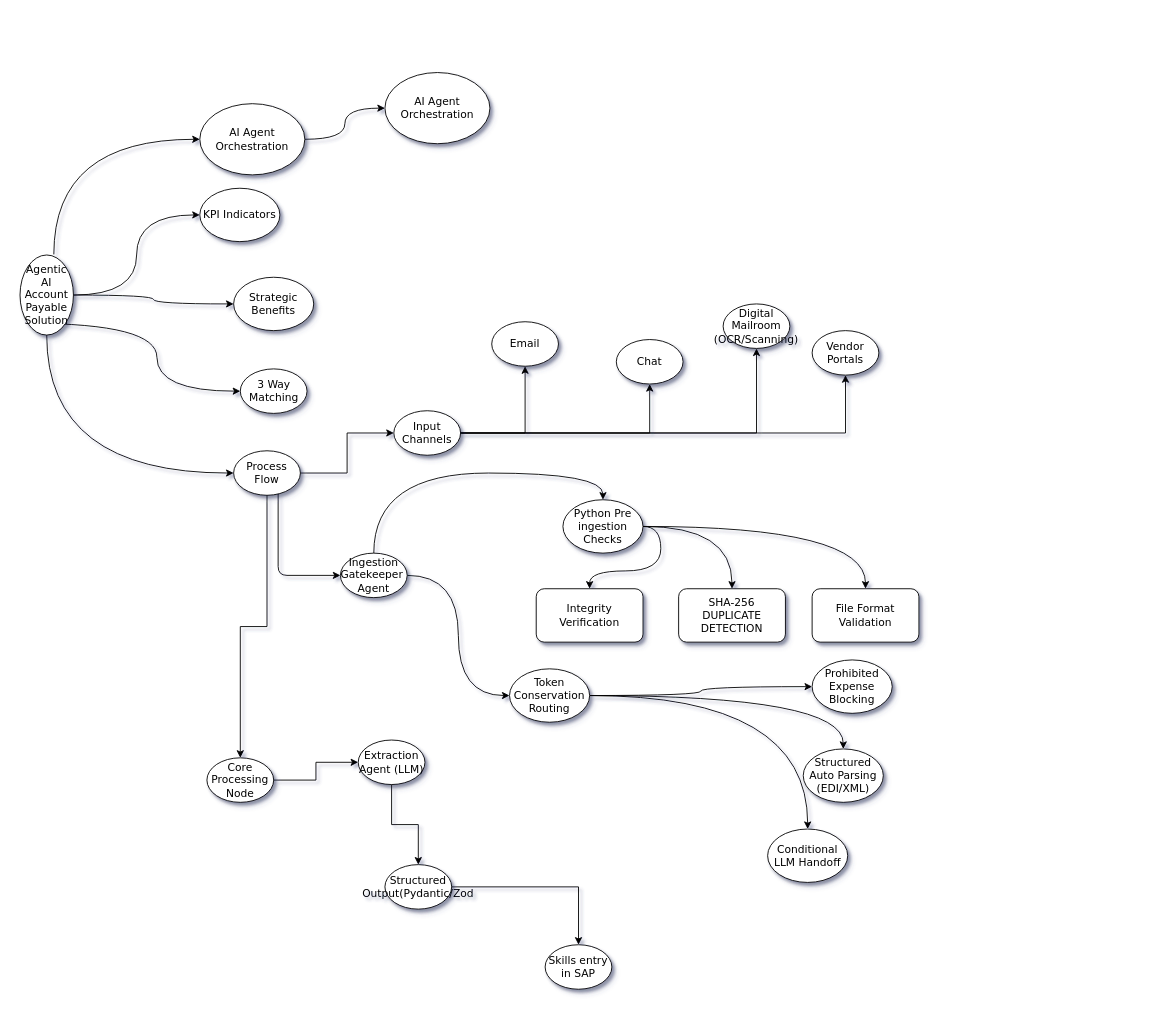
Earlier version of the draw.io diagram Untitled Diagram.drawio (dev-samar/agentic-ap-workforce). Source tidied: cells renumbered, new cells numbered last; positions are measured from the earlier drawing's top-left corner, leaving out a move shared by most shapes. Both pictures are drawn from the tidied source at 89%, with x=0, y=0 at pixel (20, 72).
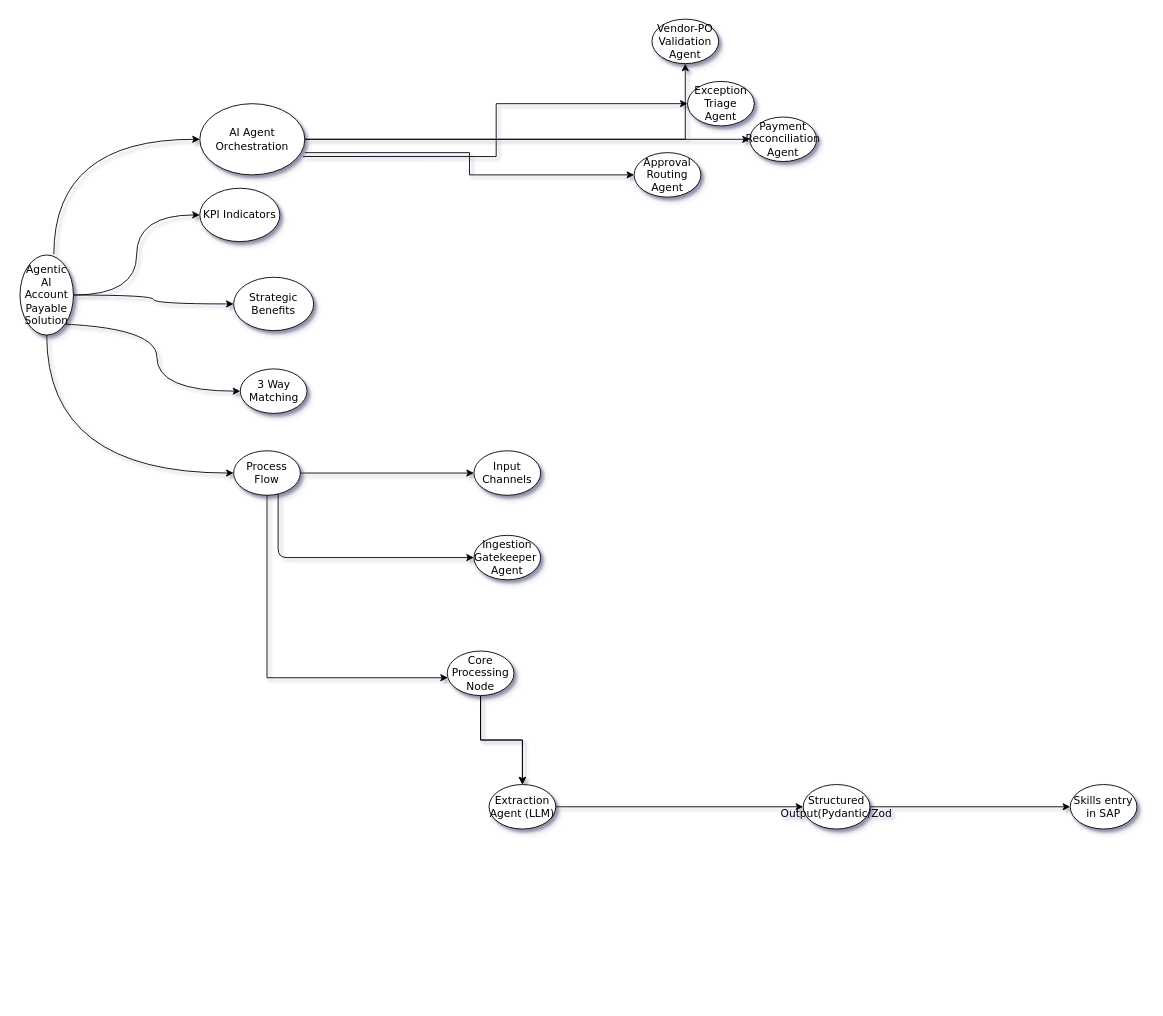
The same page after the edit.

Unchanged cells that the change refers to:
```xml
<mxCell id="10" value="&lt;span&gt;AI Agent Orchestration&lt;/span&gt;" style="ellipse;whiteSpace=wrap;html=1;rounded=1;shadow=1;comic=0;labelBackgroundColor=none;strokeWidth=1;fontFamily=Verdana;fontSize=12;align=center;" parent="1" vertex="1">
  <mxGeometry x="202" y="35" width="118" height="80" as="geometry" />
</mxCell>
<mxCell id="14" value="Process Flow" style="ellipse;whiteSpace=wrap;html=1;rounded=1;shadow=1;comic=0;labelBackgroundColor=none;strokeWidth=1;fontFamily=Verdana;fontSize=12;align=center;" parent="1" vertex="1">
  <mxGeometry x="240" y="425" width="75" height="50" as="geometry" />
</mxCell>
```

Diff of the diagram source:
```diff
@@
-    <mxCell id="9" style="edgeStyle=orthogonalEdgeStyle;rounded=1;jettySize=auto;html=1;curved=1;" parent="1" edge="1" source="10" target="17">
-      <mxGeometry relative="1" as="geometry" />
-    </mxCell>
@@
-    <mxCell id="11" style="edgeStyle=orthogonalEdgeStyle;rounded=1;jettySize=auto;html=1;" parent="1" edge="1" source="14" target="20">
+    <mxCell id="11" style="edgeStyle=orthogonalEdgeStyle;rounded=1;jettySize=auto;html=1;entryX=0;entryY=0.5;entryDx=0;entryDy=0;" parent="1" edge="1" source="14" target="20">
       <mxGeometry relative="1" as="geometry">
         <Array as="points">
-          <mxPoint x="290" y="565" />
+          <mxPoint x="290" y="545" />
         </Array>
       </mxGeometry>
     </mxCell>
@@
     <mxCell id="13" style="edgeStyle=orthogonalEdgeStyle;rounded=0;jettySize=auto;html=1;" parent="1" edge="1" source="14" target="45">
-      <mxGeometry relative="1" as="geometry" />
+      <mxGeometry relative="1" as="geometry">
+        <Array as="points">
+          <mxPoint x="277.5" y="680" />
+        </Array>
+      </mxGeometry>
     </mxCell>
@@
-    <mxCell id="17" value="&lt;span&gt;AI Agent Orchestration&lt;/span&gt;" style="ellipse;whiteSpace=wrap;html=1;rounded=1;shadow=1;comic=0;labelBackgroundColor=none;strokeWidth=1;fontFamily=Verdana;fontSize=12;align=center;" parent="1" vertex="1">
-      <mxGeometry x="410" width="118" height="80" as="geometry" />
-    </mxCell>
-    <mxCell id="18" style="edgeStyle=orthogonalEdgeStyle;rounded=1;jettySize=auto;html=1;curved=1;" parent="1" edge="1" source="20" target="24">
-      <mxGeometry relative="1" as="geometry">
-        <Array as="points">
-          <mxPoint x="397.5" y="450" />
-        </Array>
-      </mxGeometry>
-    </mxCell>
-    <mxCell id="19" style="edgeStyle=orthogonalEdgeStyle;rounded=0;jettySize=auto;html=1;exitX=1;exitY=0.5;exitDx=0;exitDy=0;entryX=0;entryY=0.5;entryDx=0;entryDy=0;curved=1;" parent="1" edge="1" source="20" target="31">
-      <mxGeometry relative="1" as="geometry" />
-    </mxCell>
+    <mxCell id="44" style="edgeStyle=orthogonalEdgeStyle;rounded=0;jettySize=auto;html=1;" parent="1" edge="1" source="45" target="47">
+      <mxGeometry relative="1" as="geometry" />
+    </mxCell>
+    <mxCell id="46" style="edgeStyle=orthogonalEdgeStyle;rounded=0;jettySize=auto;html=1;" parent="1" edge="1" source="47" target="49">
+      <mxGeometry relative="1" as="geometry" />
+    </mxCell>
+    <mxCell id="48" style="edgeStyle=orthogonalEdgeStyle;rounded=0;jettySize=auto;html=1;" parent="1" edge="1" source="49" target="50">
+      <mxGeometry relative="1" as="geometry" />
+    </mxCell>
+    <mxCell id="51" parent="0" />
+    <mxCell id="52" style="edgeStyle=orthogonalEdgeStyle;rounded=0;jettySize=auto;html=1;exitX=1;exitY=0.5;exitDx=0;exitDy=0;" parent="51" edge="1" source="10" target="59">
+      <mxGeometry relative="1" as="geometry" />
+    </mxCell>
+    <mxCell id="53" style="edgeStyle=orthogonalEdgeStyle;rounded=0;jettySize=auto;html=1;" parent="51" edge="1" source="45" target="47">
+      <mxGeometry relative="1" as="geometry" />
+    </mxCell>
+    <mxCell id="54" style="edgeStyle=orthogonalEdgeStyle;rounded=0;jettySize=auto;html=1;exitX=0.983;exitY=0.742;exitDx=0;exitDy=0;exitPerimeter=0;" parent="51" edge="1" source="10" target="60">
+      <mxGeometry relative="1" as="geometry" />
+    </mxCell>
+    <mxCell id="55" style="edgeStyle=orthogonalEdgeStyle;rounded=0;jettySize=auto;html=1;exitX=1;exitY=0.688;exitDx=0;exitDy=0;exitPerimeter=0;" parent="51" edge="1" source="10" target="61">
+      <mxGeometry relative="1" as="geometry" />
+    </mxCell>
+    <mxCell id="56" style="edgeStyle=orthogonalEdgeStyle;rounded=0;jettySize=auto;html=1;exitX=1;exitY=0.5;exitDx=0;exitDy=0;" parent="51" edge="1" source="10" target="62">
+      <mxGeometry relative="1" as="geometry" />
+    </mxCell>
+    <mxCell id="45" value="Core Processing Node" style="ellipse;whiteSpace=wrap;html=1;rounded=1;shadow=1;comic=0;labelBackgroundColor=none;strokeWidth=1;fontFamily=Verdana;fontSize=12;align=center;" parent="51" vertex="1">
+      <mxGeometry x="480" y="650" width="75" height="50" as="geometry" />
+    </mxCell>
-    <mxCell id="20" value="Ingestion Gatekeeper&amp;nbsp; Agent" style="ellipse;whiteSpace=wrap;html=1;rounded=1;shadow=1;comic=0;labelBackgroundColor=none;strokeWidth=1;fontFamily=Verdana;fontSize=12;align=center;" parent="1" vertex="1">
-      <mxGeometry x="360" y="540" width="75" height="50" as="geometry" />
+    <mxCell id="20" value="Ingestion Gatekeeper&amp;nbsp; Agent" style="ellipse;whiteSpace=wrap;html=1;rounded=1;shadow=1;comic=0;labelBackgroundColor=none;strokeWidth=1;fontFamily=Verdana;fontSize=12;align=center;" parent="51" vertex="1">
+      <mxGeometry x="510" y="520" width="75" height="50" as="geometry" />
     </mxCell>
-    <mxCell id="21" style="edgeStyle=orthogonalEdgeStyle;rounded=1;jettySize=auto;html=1;curved=1;" parent="1" edge="1" source="24" target="25">
-      <mxGeometry relative="1" as="geometry" />
-    </mxCell>
-    <mxCell id="22" style="edgeStyle=orthogonalEdgeStyle;rounded=1;jettySize=auto;html=1;exitX=1;exitY=0.5;exitDx=0;exitDy=0;curved=1;" parent="1" edge="1" source="24" target="26">
-      <mxGeometry relative="1" as="geometry" />
-    </mxCell>
-    <mxCell id="23" style="edgeStyle=orthogonalEdgeStyle;rounded=0;jettySize=auto;html=1;exitX=1;exitY=0.5;exitDx=0;exitDy=0;curved=1;" parent="1" edge="1" source="24" target="27">
-      <mxGeometry relative="1" as="geometry" />
-    </mxCell>
-    <mxCell id="24" value="Python Pre ingestion Checks" style="ellipse;whiteSpace=wrap;html=1;rounded=1;shadow=1;comic=0;labelBackgroundColor=none;strokeWidth=1;fontFamily=Verdana;fontSize=12;align=center;" parent="1" vertex="1">
-      <mxGeometry x="610" y="480" width="90" height="60" as="geometry" />
-    </mxCell>
-    <mxCell id="25" value="File Format Validation" style="whiteSpace=wrap;html=1;fontFamily=Verdana;rounded=1;shadow=1;comic=0;labelBackgroundColor=none;strokeWidth=1;" parent="1" vertex="1">
-      <mxGeometry x="890" y="580" width="120" height="60" as="geometry" />
-    </mxCell>
-    <mxCell id="26" value="Integrity Verification" style="whiteSpace=wrap;html=1;fontFamily=Verdana;rounded=1;shadow=1;comic=0;labelBackgroundColor=none;strokeWidth=1;" parent="1" vertex="1">
-      <mxGeometry x="580" y="580" width="120" height="60" as="geometry" />
-    </mxCell>
-    <mxCell id="27" value="SHA-256 DUPLICATE DETECTION" style="whiteSpace=wrap;html=1;fontFamily=Verdana;rounded=1;shadow=1;comic=0;labelBackgroundColor=none;strokeWidth=1;" parent="1" vertex="1">
-      <mxGeometry x="740" y="580" width="120" height="60" as="geometry" />
-    </mxCell>
-    <mxCell id="28" style="edgeStyle=orthogonalEdgeStyle;rounded=0;jettySize=auto;html=1;exitX=1;exitY=0.5;exitDx=0;exitDy=0;curved=1;" parent="1" edge="1" source="31" target="33">
-      <mxGeometry relative="1" as="geometry" />
-    </mxCell>
-    <mxCell id="29" style="edgeStyle=orthogonalEdgeStyle;rounded=0;jettySize=auto;html=1;curved=1;" parent="1" edge="1" source="31" target="32">
-      <mxGeometry relative="1" as="geometry" />
-    </mxCell>
-    <mxCell id="30" style="edgeStyle=orthogonalEdgeStyle;rounded=0;jettySize=auto;html=1;curved=1;" parent="1" edge="1" source="31" target="34">
-      <mxGeometry relative="1" as="geometry" />
-    </mxCell>
-    <mxCell id="31" value="Token Conservation Routing" style="ellipse;whiteSpace=wrap;html=1;rounded=1;shadow=1;comic=0;labelBackgroundColor=none;strokeWidth=1;fontFamily=Verdana;fontSize=12;align=center;" parent="1" vertex="1">
-      <mxGeometry x="550" y="670" width="90" height="60" as="geometry" />
-    </mxCell>
-    <mxCell id="32" value="Structured Auto Parsing (EDI/XML)" style="ellipse;whiteSpace=wrap;html=1;rounded=1;shadow=1;comic=0;labelBackgroundColor=none;strokeWidth=1;fontFamily=Verdana;fontSize=12;align=center;" parent="1" vertex="1">
-      <mxGeometry x="880" y="760" width="90" height="60" as="geometry" />
-    </mxCell>
-    <mxCell id="33" value="Prohibited Expense Blocking" style="ellipse;whiteSpace=wrap;html=1;rounded=1;shadow=1;comic=0;labelBackgroundColor=none;strokeWidth=1;fontFamily=Verdana;fontSize=12;align=center;" parent="1" vertex="1">
-      <mxGeometry x="890" y="660" width="90" height="60" as="geometry" />
-    </mxCell>
-    <mxCell id="34" value="Conditional LLM Handoff" style="ellipse;whiteSpace=wrap;html=1;rounded=1;shadow=1;comic=0;labelBackgroundColor=none;strokeWidth=1;fontFamily=Verdana;fontSize=12;align=center;" parent="1" vertex="1">
-      <mxGeometry x="840" y="850" width="90" height="60" as="geometry" />
-    </mxCell>
-    <mxCell id="35" style="edgeStyle=orthogonalEdgeStyle;rounded=0;jettySize=auto;html=1;" parent="1" edge="1" source="39" target="40">
-      <mxGeometry relative="1" as="geometry" />
-    </mxCell>
-    <mxCell id="36" style="edgeStyle=orthogonalEdgeStyle;rounded=0;jettySize=auto;html=1;" parent="1" edge="1" source="39" target="41">
-      <mxGeometry relative="1" as="geometry" />
-    </mxCell>
-    <mxCell id="37" style="edgeStyle=orthogonalEdgeStyle;rounded=0;jettySize=auto;html=1;" parent="1" edge="1" source="39" target="42">
-      <mxGeometry relative="1" as="geometry" />
-    </mxCell>
-    <mxCell id="38" style="edgeStyle=orthogonalEdgeStyle;rounded=0;jettySize=auto;html=1;" parent="1" edge="1" source="39" target="43">
-      <mxGeometry relative="1" as="geometry" />
-    </mxCell>
-    <mxCell id="39" value="Input Channels" style="ellipse;whiteSpace=wrap;html=1;rounded=1;shadow=1;comic=0;labelBackgroundColor=none;strokeWidth=1;fontFamily=Verdana;fontSize=12;align=center;" parent="1" vertex="1">
-      <mxGeometry x="420" y="380" width="75" height="50" as="geometry" />
+    <mxCell id="39" value="Input Channels" style="ellipse;whiteSpace=wrap;html=1;rounded=1;shadow=1;comic=0;labelBackgroundColor=none;strokeWidth=1;fontFamily=Verdana;fontSize=12;align=center;" parent="51" vertex="1">
+      <mxGeometry x="510" y="425" width="75" height="50" as="geometry" />
     </mxCell>
-    <mxCell id="40" value="Email" style="ellipse;whiteSpace=wrap;html=1;rounded=1;shadow=1;comic=0;labelBackgroundColor=none;strokeWidth=1;fontFamily=Verdana;fontSize=12;align=center;" parent="1" vertex="1">
-      <mxGeometry x="530" y="280" width="75" height="50" as="geometry" />
-    </mxCell>
-    <mxCell id="41" value="Chat" style="ellipse;whiteSpace=wrap;html=1;rounded=1;shadow=1;comic=0;labelBackgroundColor=none;strokeWidth=1;fontFamily=Verdana;fontSize=12;align=center;" parent="1" vertex="1">
-      <mxGeometry x="670" y="300" width="75" height="50" as="geometry" />
-    </mxCell>
-    <mxCell id="42" value="Vendor Portals" style="ellipse;whiteSpace=wrap;html=1;rounded=1;shadow=1;comic=0;labelBackgroundColor=none;strokeWidth=1;fontFamily=Verdana;fontSize=12;align=center;" parent="1" vertex="1">
-      <mxGeometry x="890" y="290" width="75" height="50" as="geometry" />
-    </mxCell>
-    <mxCell id="43" value="Digital Mailroom (OCR/Scanning)" style="ellipse;whiteSpace=wrap;html=1;rounded=1;shadow=1;comic=0;labelBackgroundColor=none;strokeWidth=1;fontFamily=Verdana;fontSize=12;align=center;" parent="1" vertex="1">
-      <mxGeometry x="790" y="260" width="75" height="50" as="geometry" />
-    </mxCell>
-    <mxCell id="44" style="edgeStyle=orthogonalEdgeStyle;rounded=0;jettySize=auto;html=1;" parent="1" edge="1" source="45" target="47">
-      <mxGeometry relative="1" as="geometry" />
-    </mxCell>
-    <mxCell id="45" value="Core Processing Node" style="ellipse;whiteSpace=wrap;html=1;rounded=1;shadow=1;comic=0;labelBackgroundColor=none;strokeWidth=1;fontFamily=Verdana;fontSize=12;align=center;" parent="1" vertex="1">
-      <mxGeometry x="210" y="770" width="75" height="50" as="geometry" />
-    </mxCell>
-    <mxCell id="46" style="edgeStyle=orthogonalEdgeStyle;rounded=0;jettySize=auto;html=1;" parent="1" edge="1" source="47" target="49">
-      <mxGeometry relative="1" as="geometry" />
-    </mxCell>
+    <mxCell id="57" parent="0" />
-    <mxCell id="47" value="Extraction Agent (LLM)" style="ellipse;whiteSpace=wrap;html=1;rounded=1;shadow=1;comic=0;labelBackgroundColor=none;strokeWidth=1;fontFamily=Verdana;fontSize=12;align=center;" parent="1" vertex="1">
-      <mxGeometry x="380" y="750" width="75" height="50" as="geometry" />
+    <mxCell id="47" value="Extraction Agent (LLM)" style="ellipse;whiteSpace=wrap;html=1;rounded=1;shadow=1;comic=0;labelBackgroundColor=none;strokeWidth=1;fontFamily=Verdana;fontSize=12;align=center;" parent="57" vertex="1">
+      <mxGeometry x="527" y="800" width="75" height="50" as="geometry" />
     </mxCell>
-    <mxCell id="48" style="edgeStyle=orthogonalEdgeStyle;rounded=0;jettySize=auto;html=1;" parent="1" edge="1" source="49" target="50">
-      <mxGeometry relative="1" as="geometry" />
-    </mxCell>
-    <mxCell id="49" value="Structured Output(Pydantic/Zod" style="ellipse;whiteSpace=wrap;html=1;rounded=1;shadow=1;comic=0;labelBackgroundColor=none;strokeWidth=1;fontFamily=Verdana;fontSize=12;align=center;" parent="1" vertex="1">
-      <mxGeometry x="410" y="890" width="75" height="50" as="geometry" />
+    <mxCell id="49" value="Structured Output(Pydantic/Zod" style="ellipse;whiteSpace=wrap;html=1;rounded=1;shadow=1;comic=0;labelBackgroundColor=none;strokeWidth=1;fontFamily=Verdana;fontSize=12;align=center;" parent="57" vertex="1">
+      <mxGeometry x="880" y="800" width="75" height="50" as="geometry" />
     </mxCell>
-    <mxCell id="50" value="Skills entry in SAP" style="ellipse;whiteSpace=wrap;html=1;rounded=1;shadow=1;comic=0;labelBackgroundColor=none;strokeWidth=1;fontFamily=Verdana;fontSize=12;align=center;" parent="1" vertex="1">
-      <mxGeometry x="590" y="980" width="75" height="50" as="geometry" />
+    <mxCell id="50" value="Skills entry in SAP" style="ellipse;whiteSpace=wrap;html=1;rounded=1;shadow=1;comic=0;labelBackgroundColor=none;strokeWidth=1;fontFamily=Verdana;fontSize=12;align=center;" parent="57" vertex="1">
+      <mxGeometry x="1180" y="800" width="75" height="50" as="geometry" />
     </mxCell>
+    <mxCell id="58" parent="0" />
+    <mxCell id="59" value="Vendor-PO Validation Agent" style="ellipse;whiteSpace=wrap;html=1;rounded=1;shadow=1;comic=0;labelBackgroundColor=none;strokeWidth=1;fontFamily=Verdana;fontSize=12;align=center;" parent="58" vertex="1">
+      <mxGeometry x="710" y="-60" width="75" height="50" as="geometry" />
+    </mxCell>
+    <mxCell id="60" value="Exception Triage Agent" style="ellipse;whiteSpace=wrap;html=1;rounded=1;shadow=1;comic=0;labelBackgroundColor=none;strokeWidth=1;fontFamily=Verdana;fontSize=12;align=center;" parent="58" vertex="1">
+      <mxGeometry x="750" y="10" width="75" height="50" as="geometry" />
+    </mxCell>
+    <mxCell id="61" value="Approval Routing Agent" style="ellipse;whiteSpace=wrap;html=1;rounded=1;shadow=1;comic=0;labelBackgroundColor=none;strokeWidth=1;fontFamily=Verdana;fontSize=12;align=center;" parent="58" vertex="1">
+      <mxGeometry x="690" y="90" width="75" height="50" as="geometry" />
+    </mxCell>
+    <mxCell id="62" value="Payment Reconciliation Agent" style="ellipse;whiteSpace=wrap;html=1;rounded=1;shadow=1;comic=0;labelBackgroundColor=none;strokeWidth=1;fontFamily=Verdana;fontSize=12;align=center;" parent="58" vertex="1">
+      <mxGeometry x="820" y="50" width="75" height="50" as="geometry" />
+    </mxCell>
```
